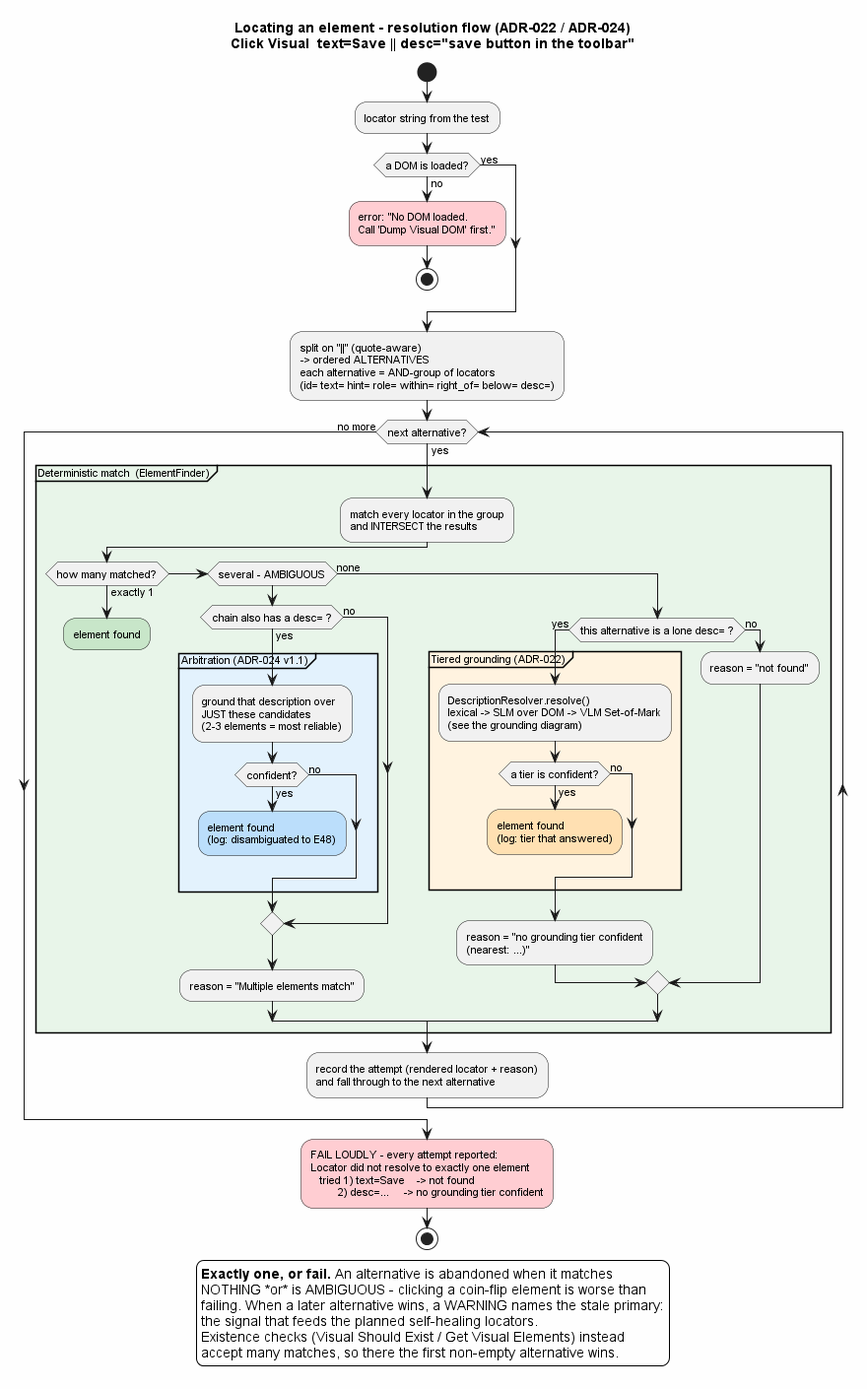
The PlantUML diagram report/figures/Locator_Resolution.png in milanac030988/vizdom, before a commit. Source of this version:
```plantuml
@startuml Locator_Resolution

skinparam backgroundColor #FEFEFE
skinparam defaultFontSize 11
skinparam defaultFontName Arial
skinparam activityDiamondFontSize 11

title Locating an element - resolution flow (ADR-022 / ADR-024)\nClick Visual  text=Save || desc="save button in the toolbar"

start
:locator string from the test;
if (a DOM is loaded?) then (no)
  #FFCDD2:error: "No DOM loaded.
  Call 'Dump Visual DOM' first.";
  stop
else (yes)
endif

:split on "||" (quote-aware)
-> ordered ALTERNATIVES
each alternative = AND-group of locators
(id= text= hint= role= within= right_of= below= desc=);

while (next alternative?) is (yes)
  partition "Deterministic match  (ElementFinder)" #E8F5E9 {
    :match every locator in the group
    and INTERSECT the results;
    if (how many matched?) then (exactly 1)
      #C8E6C9:element found;
      detach
    elseif (several - AMBIGUOUS) then
      if (chain also has a desc= ?) then (yes)
        partition "Arbitration (ADR-024 v1.1)" #E3F2FD {
          :ground that description over
          JUST these candidates
          (2-3 elements = most reliable);
          if (confident?) then (yes)
            #BBDEFB:element found
            (log: disambiguated to E48);
            detach
          else (no)
          endif
        }
      else (no)
      endif
      :reason = "Multiple elements match";
    else (none)
      if (this alternative is a lone desc= ?) then (yes)
        partition "Tiered grounding (ADR-022)" #FFF3E0 {
          :DescriptionResolver.resolve()
          lexical -> SLM over DOM -> VLM Set-of-Mark
          (see the grounding diagram);
          if (a tier is confident?) then (yes)
            #FFE0B2:element found
            (log: tier that answered);
            detach
          else (no)
          endif
        }
        :reason = "no grounding tier confident
        (nearest: ...)";
      else (no)
        :reason = "not found";
      endif
    endif
  }
  :record the attempt (rendered locator + reason)
  and fall through to the next alternative;
endwhile (no more)

#FFCDD2:FAIL LOUDLY - every attempt reported:
Locator did not resolve to exactly one element
   tried 1) text=Save    -> not found
         2) desc=...     -> no grounding tier confident;
stop

legend bottom
  **Exactly one, or fail.** An alternative is abandoned when it matches
  NOTHING *or* is AMBIGUOUS - clicking a coin-flip element is worse than
  failing. When a later alternative wins, a WARNING names the stale primary:
  the signal that feeds the planned self-healing locators.
  Existence checks (Visual Should Exist / Get Visual Elements) instead
  accept many matches, so there the first non-empty alternative wins.
end legend

@enduml
```
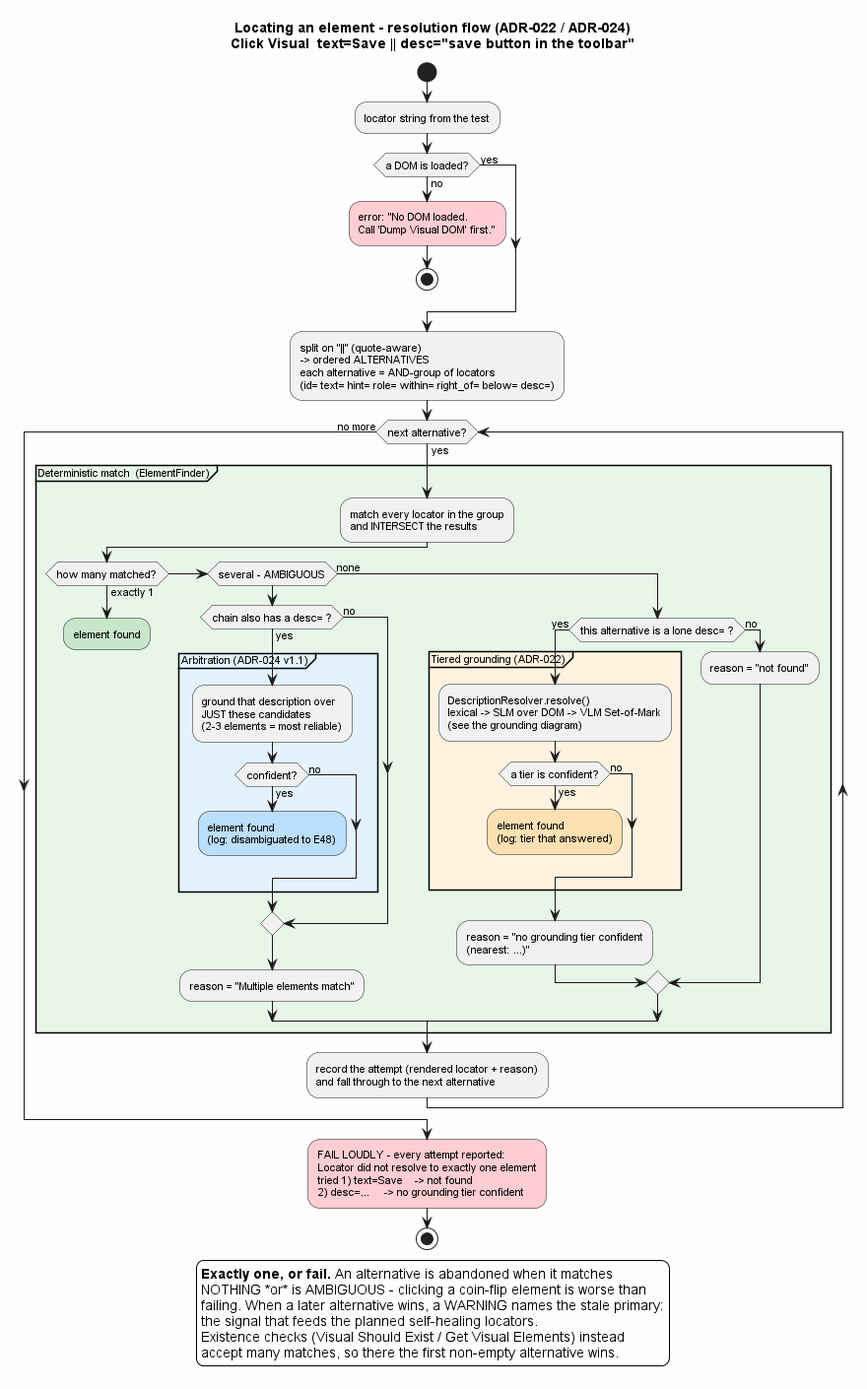
After the change.

Commit message:
fix(diagrams): replace deprecated activity colour prefix with styled stereotypes

The edit, as a diff of the source:
```diff
@@ -5,13 +5,19 @@
 skinparam defaultFontName Arial
 skinparam activityDiamondFontSize 11
 
+<style>
+.found   { BackgroundColor #C8E6C9 }
+.slm     { BackgroundColor #FFE0B2 }
+.vlm     { BackgroundColor #BBDEFB }
+.failure { BackgroundColor #FFCDD2 }
+</style>
+
 title Locating an element - resolution flow (ADR-022 / ADR-024)\nClick Visual  text=Save || desc="save button in the toolbar"
 
 start
 :locator string from the test;
 if (a DOM is loaded?) then (no)
-  #FFCDD2:error: "No DOM loaded.
-  Call 'Dump Visual DOM' first.";
+  :error: "No DOM loaded.\nCall 'Dump Visual DOM' first."; <<failure>>
   stop
 else (yes)
 endif
@@ -26,7 +32,7 @@
     :match every locator in the group
     and INTERSECT the results;
     if (how many matched?) then (exactly 1)
-      #C8E6C9:element found;
+      :element found; <<found>>
       detach
     elseif (several - AMBIGUOUS) then
       if (chain also has a desc= ?) then (yes)
@@ -35,8 +41,7 @@
           JUST these candidates
           (2-3 elements = most reliable);
           if (confident?) then (yes)
-            #BBDEFB:element found
-            (log: disambiguated to E48);
+            :element found\n(log: disambiguated to E48); <<vlm>>
             detach
           else (no)
           endif
@@ -51,8 +56,7 @@
           lexical -> SLM over DOM -> VLM Set-of-Mark
           (see the grounding diagram);
           if (a tier is confident?) then (yes)
-            #FFE0B2:element found
-            (log: tier that answered);
+            :element found\n(log: tier that answered); <<slm>>
             detach
           else (no)
           endif
@@ -68,10 +72,7 @@
   and fall through to the next alternative;
 endwhile (no more)
 
-#FFCDD2:FAIL LOUDLY - every attempt reported:
-Locator did not resolve to exactly one element
-   tried 1) text=Save    -> not found
-         2) desc=...     -> no grounding tier confident;
+:FAIL LOUDLY - every attempt reported:\nLocator did not resolve to exactly one element\ntried 1) text=Save    -> not found\n2) desc=...     -> no grounding tier confident; <<failure>>
 stop
 
 legend bottom
```
